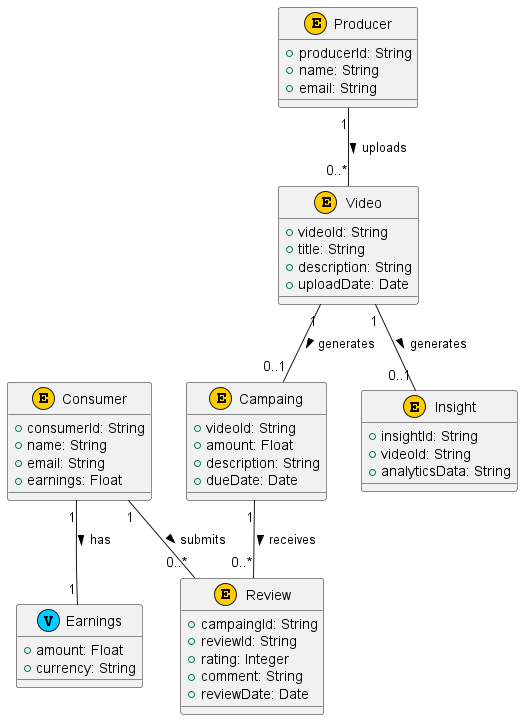
The PlantUML diagram docs/images/colaborative_model.png in jacastillo302/earnforglance, before a commit.
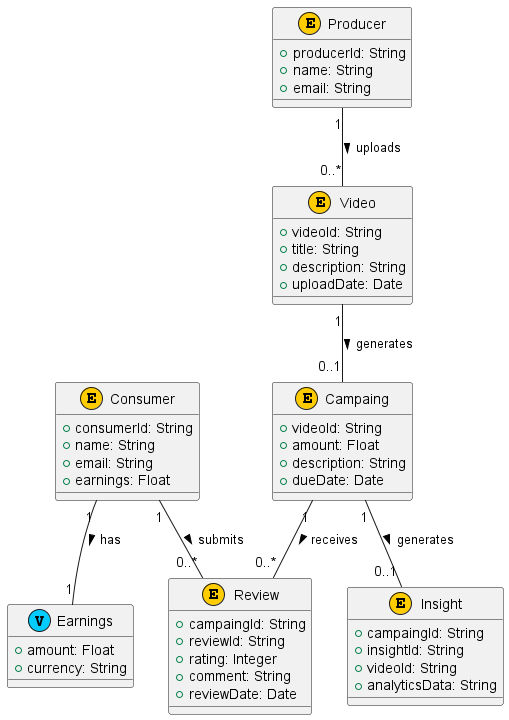
After the commit.

What changed in the source:
```diff
@@ -40,6 +40,7 @@
 }
 
 ENTITY(Insight) {
+    +campaingId: String
     +insightId: String
     +videoId: String
     +analyticsData: String
@@ -54,7 +55,7 @@
 Consumer "1" -- "1" Earnings : has >
 Producer "1" -- "0..*" Video : uploads >
 Campaing "1" -- "0..*" Review : receives >
-Video "1" -- "0..1" Insight : generates >
+Campaing "1" -- "0..1" Insight : generates >
 Video  "1" -- "0..1" Campaing : generates >
 
 @enduml
```
